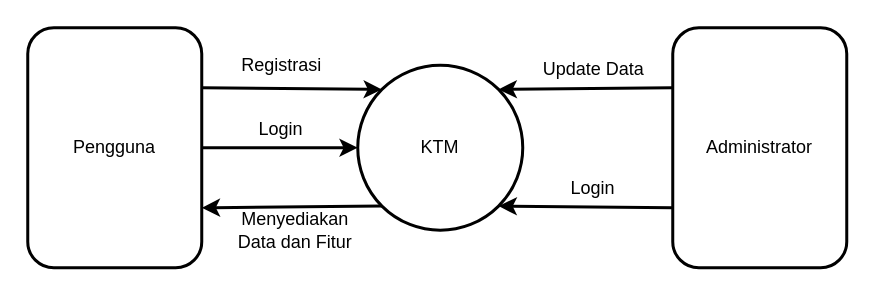
Before: page "Level 0" (2 of 3) of Rekayasa Perangkat Lunak/uas.drawio in syukrillah0108/Sem_3, a draw.io diagram. Source tidied: cells renumbered, new cells numbered last; positions are measured from the earlier drawing's top-left corner, leaving out a move shared by most shapes. Both pictures are drawn from the tidied source at 150%, with x=0, y=0 at pixel (27, 27).
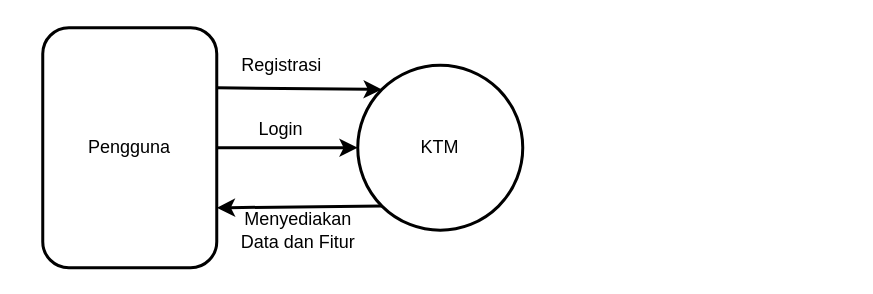
The same page after the edit.

The edit, as a diff of the source:
```diff
@@
 <mxGraphModel>
   <root>
     <mxCell id="0" />
     <mxCell id="1" parent="0" />
     <mxCell id="2" value="KTM" style="ellipse;whiteSpace=wrap;html=1;strokeWidth=2;" parent="1" vertex="1">
       <mxGeometry x="220" y="25" width="110" height="110" as="geometry" />
     </mxCell>
-    <mxCell id="3" value="Administrator" style="rounded=1;whiteSpace=wrap;html=1;strokeWidth=2;" parent="1" vertex="1">
-      <mxGeometry x="430" width="116" height="160" as="geometry" />
-    </mxCell>
-    <mxCell id="4" style="endArrow=classic;html=1;exitX=0;exitY=0.25;exitDx=0;exitDy=0;entryX=1;entryY=0;entryDx=0;entryDy=0;strokeWidth=2;" parent="1" edge="1" source="3" target="2">
-      <mxGeometry relative="1" as="geometry" />
-    </mxCell>
-    <mxCell id="5" style="endArrow=classic;html=1;strokeWidth=2;exitX=0;exitY=0.75;exitDx=0;exitDy=0;entryX=1;entryY=1;entryDx=0;entryDy=0;" parent="1" edge="1" source="3" target="2">
-      <mxGeometry relative="1" as="geometry" />
-    </mxCell>
     <mxCell id="6" value="Pengguna" style="rounded=1;whiteSpace=wrap;html=1;strokeWidth=2;" parent="1" vertex="1">
-      <mxGeometry width="116" height="160" as="geometry" />
+      <mxGeometry x="10" width="116" height="160" as="geometry" />
     </mxCell>
     <mxCell id="7" style="endArrow=classic;html=1;strokeWidth=2;entryX=0;entryY=0.5;entryDx=0;entryDy=0;exitX=1;exitY=0.5;exitDx=0;exitDy=0;" parent="1" edge="1" source="6" target="2">
       <mxGeometry relative="1" as="geometry" />
     </mxCell>
     <mxCell id="8" style="endArrow=classic;html=1;strokeWidth=2;entryX=0;entryY=0;entryDx=0;entryDy=0;exitX=1;exitY=0.25;exitDx=0;exitDy=0;" parent="1" edge="1" source="6" target="2">
       <mxGeometry relative="1" as="geometry" />
     </mxCell>
     <mxCell id="9" style="endArrow=classic;html=1;strokeWidth=2;entryX=1;entryY=0.75;entryDx=0;entryDy=0;exitX=0;exitY=1;exitDx=0;exitDy=0;" parent="1" edge="1" source="2" target="6">
       <mxGeometry relative="1" as="geometry" />
     </mxCell>
     <mxCell id="10" value="Login" style="text;html=1;strokeColor=none;fillColor=none;align=center;verticalAlign=middle;whiteSpace=wrap;rounded=0;strokeWidth=2;" parent="1" vertex="1">
       <mxGeometry x="139" y="53" width="60" height="30" as="geometry" />
     </mxCell>
-    <mxCell id="11" value="Login" style="text;html=1;strokeColor=none;fillColor=none;align=center;verticalAlign=middle;whiteSpace=wrap;rounded=0;strokeWidth=2;" parent="1" vertex="1">
-      <mxGeometry x="347" y="92" width="60" height="30" as="geometry" />
-    </mxCell>
     <mxCell id="12" value="Menyediakan Data dan Fitur" style="text;html=1;strokeColor=none;fillColor=none;align=center;verticalAlign=middle;whiteSpace=wrap;rounded=0;strokeWidth=2;" parent="1" vertex="1">
-      <mxGeometry x="137" y="120" width="83" height="30" as="geometry" />
+      <mxGeometry x="139" y="120" width="83" height="30" as="geometry" />
     </mxCell>
     <mxCell id="13" value="Registrasi" style="text;html=1;strokeColor=none;fillColor=none;align=center;verticalAlign=middle;whiteSpace=wrap;rounded=0;strokeWidth=2;" parent="1" vertex="1">
       <mxGeometry x="127.5" y="10" width="83" height="30" as="geometry" />
     </mxCell>
-    <mxCell id="14" value="Update Data" style="text;html=1;strokeColor=none;fillColor=none;align=center;verticalAlign=middle;whiteSpace=wrap;rounded=0;strokeWidth=2;" parent="1" vertex="1">
-      <mxGeometry x="335.5" y="13" width="83" height="30" as="geometry" />
-    </mxCell>
   </root>
 </mxGraphModel>
```
